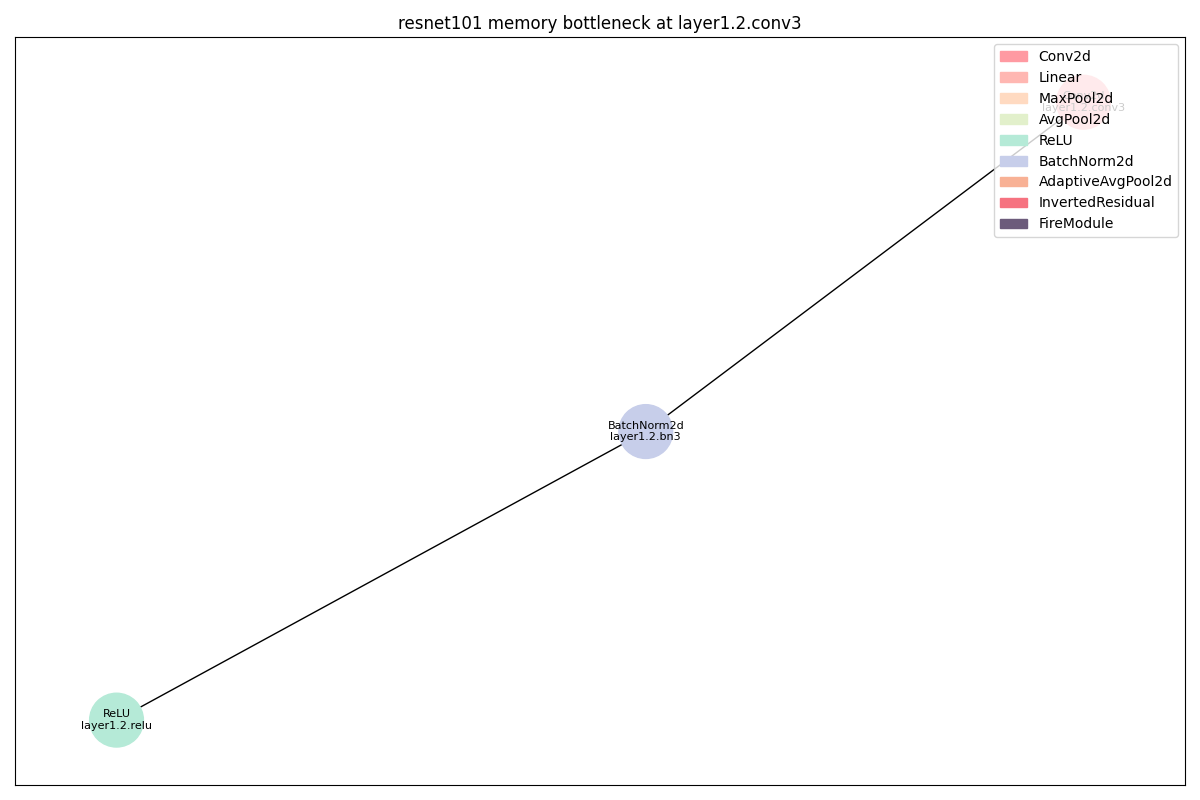
Before: dags/resnet101_memory_layer1_2_conv3_op.png, a diagram exported from Graphviz (11222-Meng/DNN_Bottlen_Layer_Analysis). Its source is kept beside it as dags/resnet101_memory_layer1_2_conv3_op.dot.
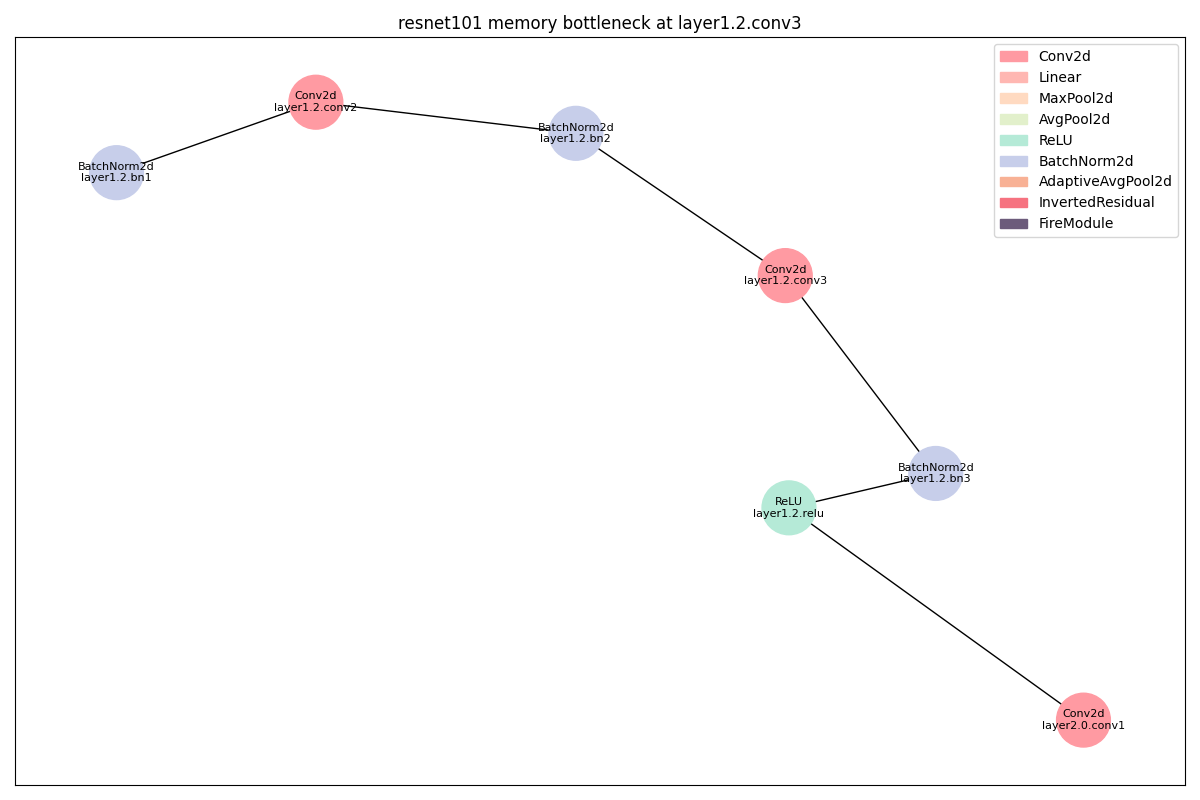
After the commit.

Change to the diagram source:
```diff
@@ -1,16 +1,36 @@
 strict digraph "" {
+	BatchNorm2d_0	[color="#C7CEEA",
+		layer_name="layer1.2.bn1",
+		params=128,
+		type=BatchNorm2d];
 	Conv2d_0	[color="#FF9AA2",
+		layer_name="layer1.2.conv2",
+		params=36864,
+		type=Conv2d];
+	BatchNorm2d_0 -> Conv2d_0;
+	BatchNorm2d_1	[color="#C7CEEA",
+		layer_name="layer1.2.bn2",
+		params=128,
+		type=BatchNorm2d];
+	Conv2d_0 -> BatchNorm2d_1;
+	Conv2d_1	[color="#FF9AA2",
 		layer_name="layer1.2.conv3",
 		params=16384,
 		type=Conv2d];
-	BatchNorm2d_0	[color="#C7CEEA",
+	BatchNorm2d_1 -> Conv2d_1;
+	BatchNorm2d_2	[color="#C7CEEA",
 		layer_name="layer1.2.bn3",
 		params=512,
 		type=BatchNorm2d];
-	Conv2d_0 -> BatchNorm2d_0;
+	Conv2d_1 -> BatchNorm2d_2;
 	ReLU_0	[color="#B5EAD7",
 		layer_name="layer1.2.relu",
 		params=0,
 		type=ReLU];
-	BatchNorm2d_0 -> ReLU_0;
+	BatchNorm2d_2 -> ReLU_0;
+	Conv2d_2	[color="#FF9AA2",
+		layer_name="layer2.0.conv1",
+		params=32768,
+		type=Conv2d];
+	ReLU_0 -> Conv2d_2;
 }
```
